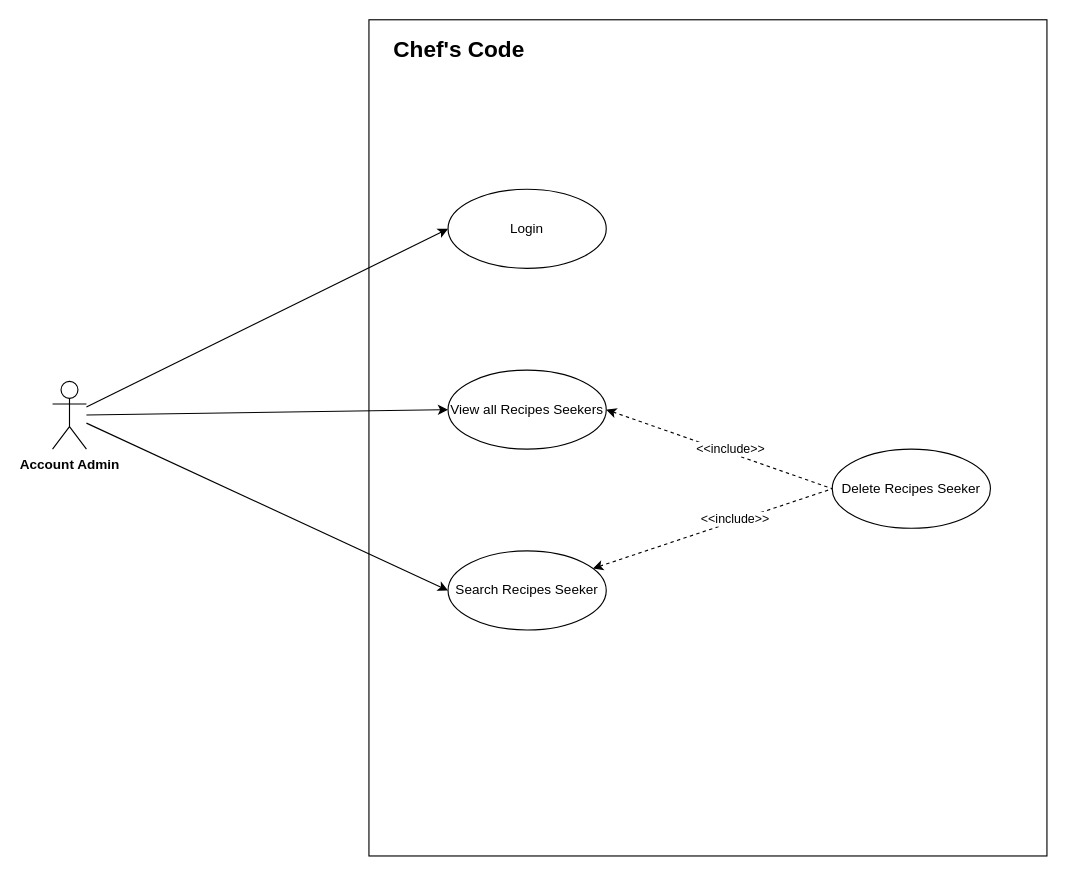
Earlier version of the draw.io diagram documentations/drawio-files/UseCaseDiagramAccountAdmin.drawio (KhoiLe18/CS476-Project-Chefs-Code). Source tidied: cells renumbered, new cells numbered last; positions are measured from the earlier drawing's top-left corner, leaving out a move shared by most shapes. Both pictures are drawn from the tidied source at 113%, with x=0, y=0 at pixel (52, 19).
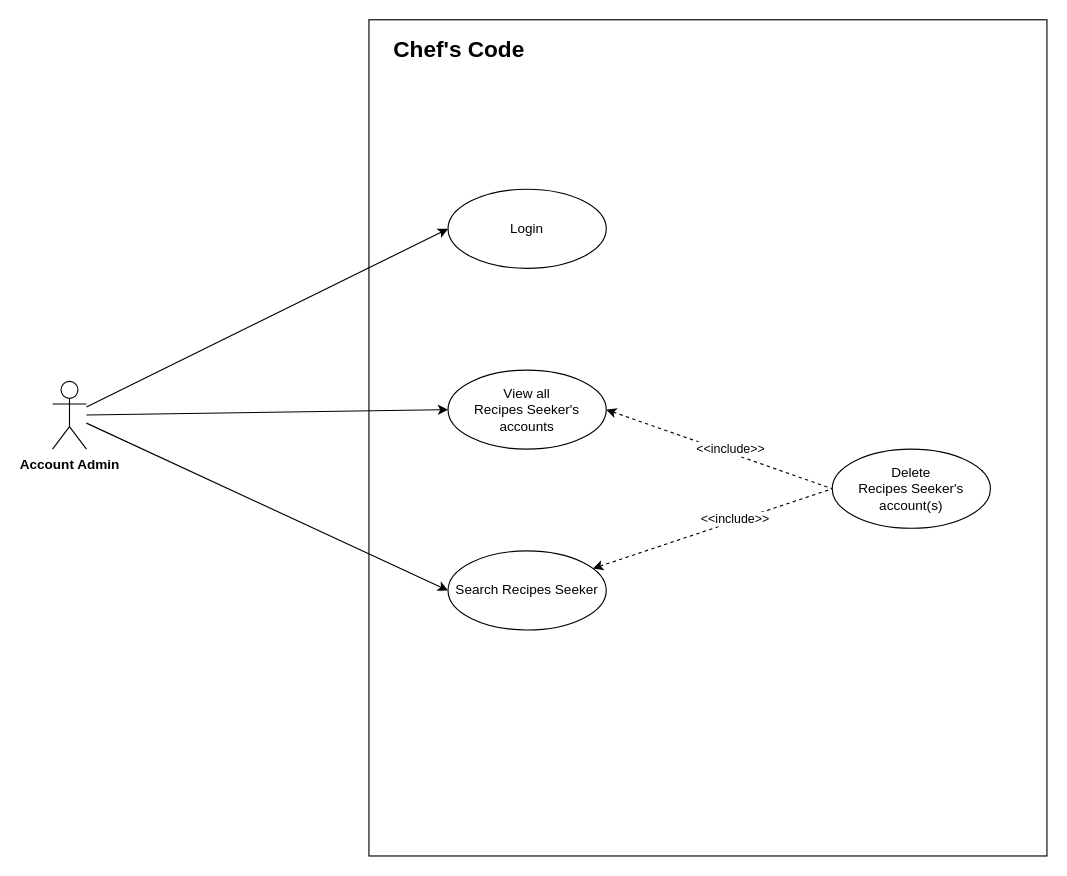
The same page after the edit.

What changed in the source:
```diff
@@
 <mxGraphModel>
   <root>
     <mxCell id="0" />
     <mxCell id="1" parent="0" />
     <mxCell id="2" style="rounded=0;whiteSpace=wrap;html=1;" parent="1" vertex="1">
       <mxGeometry x="280" width="600" height="740" as="geometry" />
     </mxCell>
     <mxCell id="3" style="rounded=0;jettySize=auto;html=1;entryX=0;entryY=0.5;entryDx=0;entryDy=0;strokeColor=default;" parent="1" edge="1" source="6" target="7">
       <mxGeometry relative="1" as="geometry" />
     </mxCell>
     <mxCell id="4" style="rounded=0;jettySize=auto;html=1;entryX=0;entryY=0.5;entryDx=0;entryDy=0;" parent="1" edge="1" source="6" target="11">
       <mxGeometry relative="1" as="geometry" />
     </mxCell>
     <mxCell id="5" style="rounded=0;jettySize=auto;html=1;entryX=0;entryY=0.5;entryDx=0;entryDy=0;" parent="1" edge="1" source="6" target="10">
       <mxGeometry relative="1" as="geometry" />
     </mxCell>
     <mxCell id="6" value="&lt;strong&gt;Account Admin&lt;/strong&gt;" style="shape=umlActor;verticalLabelPosition=bottom;verticalAlign=top;html=1;outlineConnect=0;fontSize=12;" parent="1" vertex="1">
       <mxGeometry y="320" width="30" height="60" as="geometry" />
     </mxCell>
     <mxCell id="7" value="Login" style="ellipse;whiteSpace=wrap;html=1;" parent="1" vertex="1">
       <mxGeometry x="350" y="150" width="140" height="70" as="geometry" />
     </mxCell>
     <mxCell id="8" style="rounded=0;jettySize=auto;html=1;entryX=0;entryY=0.5;entryDx=0;entryDy=0;startArrow=classic;startFill=1;endArrow=none;dashed=1;" parent="1" edge="1" source="10" target="12">
       <mxGeometry relative="1" as="geometry" />
     </mxCell>
     <mxCell id="9" value="&amp;lt;&amp;lt;include&amp;gt;&amp;gt;" style="edgeLabel;html=1;align=center;verticalAlign=middle;" parent="8" vertex="1">
       <mxGeometry x="0.19" y="2" relative="1" as="geometry" />
     </mxCell>
     <mxCell id="10" value="Search Recipes Seeker" style="ellipse;whiteSpace=wrap;html=1;" parent="1" vertex="1">
       <mxGeometry x="350" y="470" width="140" height="70" as="geometry" />
     </mxCell>
-    <mxCell id="11" value="View all Recipes Seekers" style="ellipse;whiteSpace=wrap;html=1;" parent="1" vertex="1">
+    <mxCell id="11" value="View all&lt;div&gt;Recipes Seeker's accounts&lt;/div&gt;" style="ellipse;whiteSpace=wrap;html=1;" parent="1" vertex="1">
       <mxGeometry x="350" y="310" width="140" height="70" as="geometry" />
     </mxCell>
-    <mxCell id="12" value="Delete Recipes Seeker" style="ellipse;whiteSpace=wrap;html=1;" parent="1" vertex="1">
+    <mxCell id="12" value="Delete&lt;div&gt;&lt;span style=&quot;background-color: transparent; color: light-dark(rgb(0, 0, 0), rgb(255, 255, 255));&quot;&gt;Recipes Seeker's account(s)&lt;/span&gt;&lt;/div&gt;" style="ellipse;whiteSpace=wrap;html=1;" parent="1" vertex="1">
       <mxGeometry x="690" y="380" width="140" height="70" as="geometry" />
     </mxCell>
     <mxCell id="13" value="Chef's Code" style="text;html=1;align=center;verticalAlign=middle;whiteSpace=wrap;rounded=0;fontStyle=1;fontSize=20;" parent="1" vertex="1">
       <mxGeometry x="290" y="10" width="140" height="30" as="geometry" />
     </mxCell>
     <mxCell id="14" style="rounded=0;jettySize=auto;html=1;entryX=0;entryY=0.5;entryDx=0;entryDy=0;startArrow=classic;startFill=1;endArrow=none;dashed=1;exitX=1;exitY=0.5;exitDx=0;exitDy=0;" parent="1" edge="1" source="11" target="12">
       <mxGeometry relative="1" as="geometry" />
     </mxCell>
     <mxCell id="15" value="&amp;lt;&amp;lt;include&amp;gt;&amp;gt;" style="edgeLabel;html=1;align=center;verticalAlign=middle;" parent="14" vertex="1">
       <mxGeometry x="0.19" y="2" relative="1" as="geometry">
         <mxPoint x="-10" y="-5" as="offset" />
       </mxGeometry>
     </mxCell>
   </root>
 </mxGraphModel>
```
